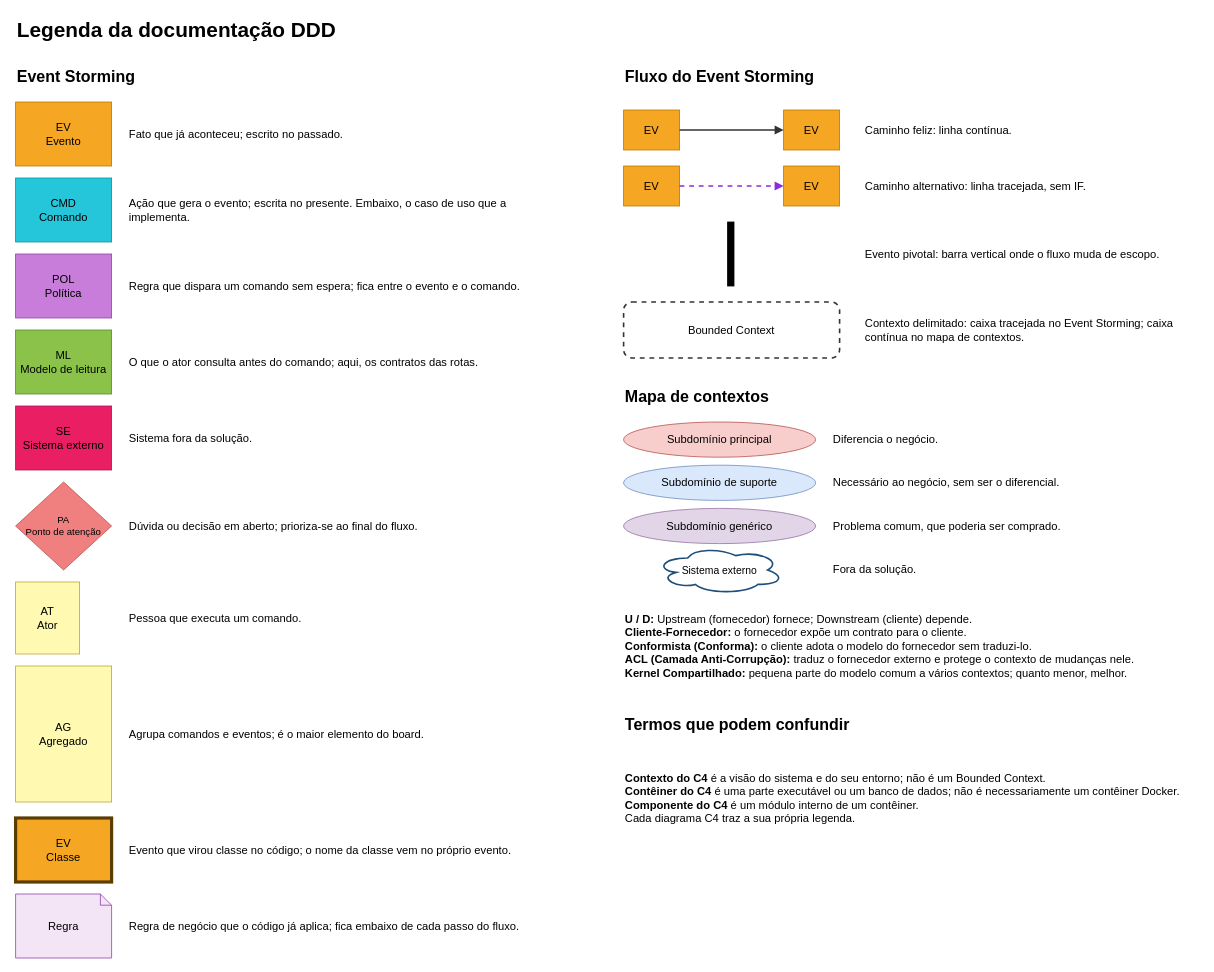
The draw.io diagram page "Legenda" (2 of 11) of docs/ddd/workshop-ddd.drawio in ArkTech-LVW/workshop-service, before the edit. Source tidied: cells renumbered, new cells numbered last; positions are measured from the earlier drawing's top-left corner, leaving out a move shared by most shapes. Both pictures are drawn from the tidied source at 80%, with x=0, y=0 at pixel (15, 14).
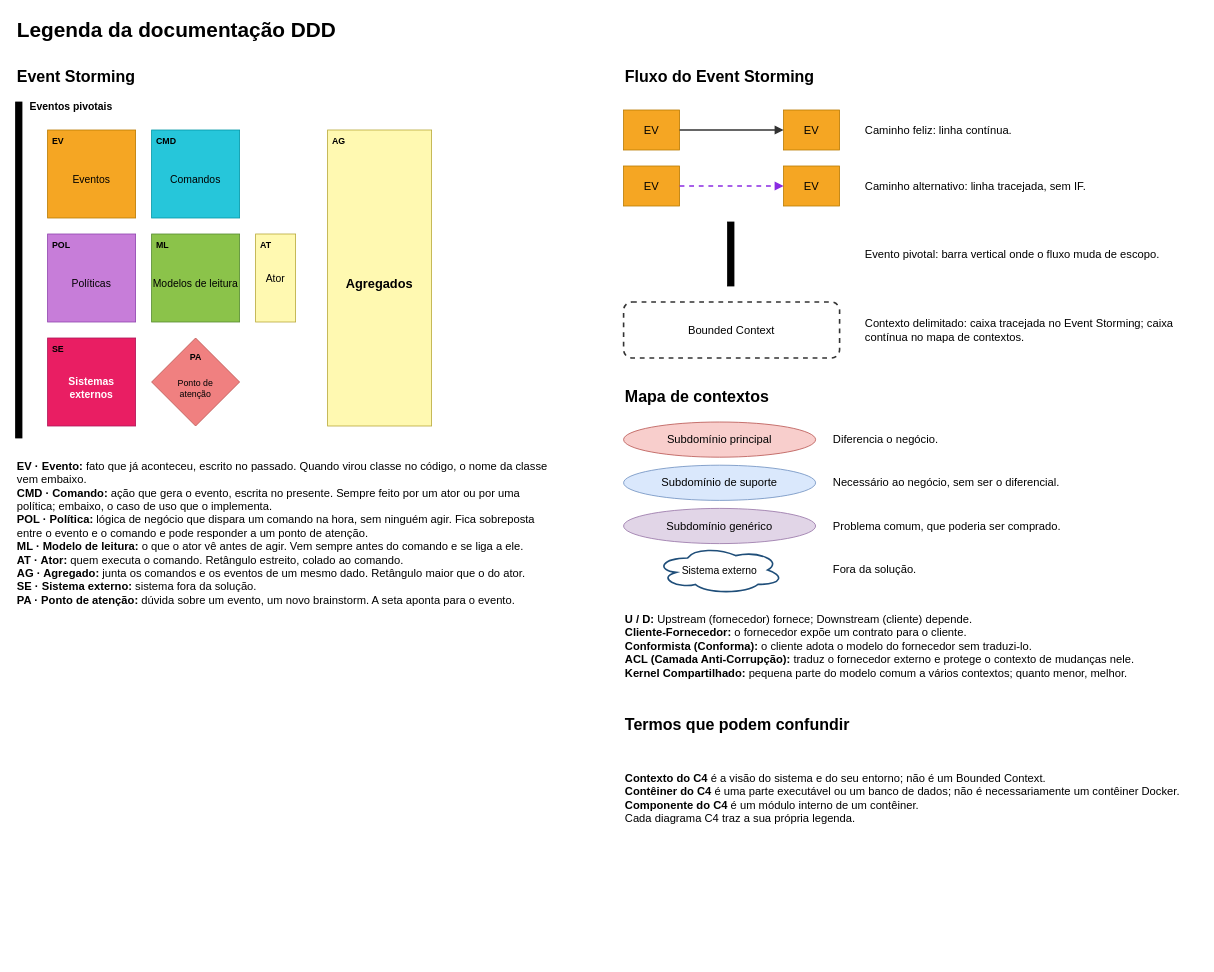
The same page after the edit.

Change to the diagram source:
```diff
@@
-    <mxCell id="4" value="EV&lt;br&gt;Evento" style="rounded=0;whiteSpace=wrap;html=1;fontSize=14;verticalAlign=middle;fillColor=#f5a623;strokeColor=#b97a00;" parent="1" vertex="1">
-      <mxGeometry y="110" width="120" height="80" as="geometry" />
-    </mxCell>
-    <mxCell id="5" value="Fato que já aconteceu; escrito no passado." style="text;html=1;whiteSpace=wrap;strokeColor=none;fillColor=none;align=left;verticalAlign=middle;fontSize=14;fontStyle=0;" parent="1" vertex="1">
-      <mxGeometry x="140" y="110" width="520" height="80" as="geometry" />
-    </mxCell>
-    <mxCell id="6" value="CMD&lt;br&gt;Comando" style="rounded=0;whiteSpace=wrap;html=1;fontSize=14;verticalAlign=middle;fillColor=#26c6da;strokeColor=#0097a7;" parent="1" vertex="1">
-      <mxGeometry y="205" width="120" height="80" as="geometry" />
-    </mxCell>
-    <mxCell id="7" value="Ação que gera o evento; escrita no presente. Embaixo, o caso de uso que a implementa." style="text;html=1;whiteSpace=wrap;strokeColor=none;fillColor=none;align=left;verticalAlign=middle;fontSize=14;fontStyle=0;" parent="1" vertex="1">
-      <mxGeometry x="140" y="205" width="520" height="80" as="geometry" />
-    </mxCell>
-    <mxCell id="8" value="POL&lt;br&gt;Política" style="rounded=0;whiteSpace=wrap;html=1;fontSize=14;verticalAlign=middle;fillColor=#c77dd9;strokeColor=#8e44ad;" parent="1" vertex="1">
-      <mxGeometry y="300" width="120" height="80" as="geometry" />
-    </mxCell>
-    <mxCell id="9" value="Regra que dispara um comando sem espera; fica entre o evento e o comando." style="text;html=1;whiteSpace=wrap;strokeColor=none;fillColor=none;align=left;verticalAlign=middle;fontSize=14;fontStyle=0;" parent="1" vertex="1">
-      <mxGeometry x="140" y="300" width="520" height="80" as="geometry" />
-    </mxCell>
-    <mxCell id="10" value="ML&lt;br&gt;Modelo de leitura" style="rounded=0;whiteSpace=wrap;html=1;fontSize=14;verticalAlign=middle;fillColor=#8bc34a;strokeColor=#558b2f;" parent="1" vertex="1">
-      <mxGeometry y="395" width="120" height="80" as="geometry" />
-    </mxCell>
-    <mxCell id="11" value="O que o ator consulta antes do comando; aqui, os contratos das rotas." style="text;html=1;whiteSpace=wrap;strokeColor=none;fillColor=none;align=left;verticalAlign=middle;fontSize=14;fontStyle=0;" parent="1" vertex="1">
-      <mxGeometry x="140" y="395" width="520" height="80" as="geometry" />
-    </mxCell>
-    <mxCell id="12" value="SE&lt;br&gt;Sistema externo" style="rounded=0;whiteSpace=wrap;html=1;fontSize=14;verticalAlign=middle;fillColor=#e91e63;strokeColor=#ad1457;" parent="1" vertex="1">
-      <mxGeometry y="490" width="120" height="80" as="geometry" />
-    </mxCell>
-    <mxCell id="13" value="Sistema fora da solução." style="text;html=1;whiteSpace=wrap;strokeColor=none;fillColor=none;align=left;verticalAlign=middle;fontSize=14;fontStyle=0;" parent="1" vertex="1">
-      <mxGeometry x="140" y="490" width="520" height="80" as="geometry" />
-    </mxCell>
-    <mxCell id="14" value="PA&lt;br&gt;Ponto de atenção" style="rhombus;whiteSpace=wrap;html=1;fontSize=12;fillColor=#f08080;strokeColor=#b85450;" parent="1" vertex="1">
-      <mxGeometry y="585" width="120" height="110" as="geometry" />
-    </mxCell>
-    <mxCell id="15" value="Dúvida ou decisão em aberto; prioriza-se ao final do fluxo." style="text;html=1;whiteSpace=wrap;strokeColor=none;fillColor=none;align=left;verticalAlign=middle;fontSize=14;fontStyle=0;" parent="1" vertex="1">
-      <mxGeometry x="140" y="600" width="520" height="80" as="geometry" />
-    </mxCell>
-    <mxCell id="16" value="AT&lt;br&gt;Ator" style="rounded=0;whiteSpace=wrap;html=1;fontSize=14;verticalAlign=middle;fillColor=#fff9b1;strokeColor=#b8a93a;" parent="1" vertex="1">
-      <mxGeometry y="710" width="80" height="90" as="geometry" />
-    </mxCell>
-    <mxCell id="17" value="Pessoa que executa um comando." style="text;html=1;whiteSpace=wrap;strokeColor=none;fillColor=none;align=left;verticalAlign=middle;fontSize=14;fontStyle=0;" parent="1" vertex="1">
-      <mxGeometry x="140" y="715" width="520" height="80" as="geometry" />
-    </mxCell>
-    <mxCell id="18" value="AG&lt;br&gt;Agregado" style="rounded=0;whiteSpace=wrap;html=1;fontSize=14;verticalAlign=middle;fillColor=#fff9b1;strokeColor=#b8a93a;" parent="1" vertex="1">
-      <mxGeometry y="815" width="120" height="170" as="geometry" />
-    </mxCell>
-    <mxCell id="19" value="Agrupa comandos e eventos; é o maior elemento do board." style="text;html=1;whiteSpace=wrap;strokeColor=none;fillColor=none;align=left;verticalAlign=middle;fontSize=14;fontStyle=0;" parent="1" vertex="1">
-      <mxGeometry x="140" y="860" width="520" height="80" as="geometry" />
-    </mxCell>
+    <mxCell id="49" style="rounded=0;whiteSpace=wrap;html=1;fillColor=#000000;strokeColor=#000000;" parent="1" vertex="1">
+      <mxGeometry y="110" width="8" height="420" as="geometry" />
+    </mxCell>
+    <mxCell id="50" value="Eventos pivotais" style="text;html=1;whiteSpace=wrap;strokeColor=none;fillColor=none;align=left;verticalAlign=middle;fontSize=13;fontStyle=1;" parent="1" vertex="1">
+      <mxGeometry x="16" y="104" width="200" height="24" as="geometry" />
+    </mxCell>
+    <mxCell id="51" value="Eventos" style="rounded=0;whiteSpace=wrap;html=1;verticalAlign=middle;fontSize=13;spacingTop=14;fillColor=#f5a623;strokeColor=#b97a00;" parent="1" vertex="1">
+      <mxGeometry x="40" y="145" width="110" height="110" as="geometry" />
+    </mxCell>
+    <mxCell id="52" value="EV" style="text;html=1;strokeColor=none;fillColor=none;align=left;verticalAlign=top;fontSize=11;fontStyle=1;spacingLeft=4;spacingTop=1;" parent="51" vertex="1">
+      <mxGeometry width="44" height="18" as="geometry" />
+    </mxCell>
+    <mxCell id="53" value="Comandos" style="rounded=0;whiteSpace=wrap;html=1;verticalAlign=middle;fontSize=13;spacingTop=14;fillColor=#26c6da;strokeColor=#0097a7;" parent="1" vertex="1">
+      <mxGeometry x="170" y="145" width="110" height="110" as="geometry" />
+    </mxCell>
+    <mxCell id="54" value="CMD" style="text;html=1;strokeColor=none;fillColor=none;align=left;verticalAlign=top;fontSize=11;fontStyle=1;spacingLeft=4;spacingTop=1;" parent="53" vertex="1">
+      <mxGeometry width="44" height="18" as="geometry" />
+    </mxCell>
+    <mxCell id="55" value="Políticas" style="rounded=0;whiteSpace=wrap;html=1;verticalAlign=middle;fontSize=13;spacingTop=14;fillColor=#c77dd9;strokeColor=#8e44ad;" parent="1" vertex="1">
+      <mxGeometry x="40" y="275" width="110" height="110" as="geometry" />
+    </mxCell>
+    <mxCell id="56" value="POL" style="text;html=1;strokeColor=none;fillColor=none;align=left;verticalAlign=top;fontSize=11;fontStyle=1;spacingLeft=4;spacingTop=1;" parent="55" vertex="1">
+      <mxGeometry width="44" height="18" as="geometry" />
+    </mxCell>
+    <mxCell id="57" value="Modelos de leitura" style="rounded=0;whiteSpace=wrap;html=1;verticalAlign=middle;fontSize=13;spacingTop=14;fillColor=#8bc34a;strokeColor=#558b2f;" parent="1" vertex="1">
+      <mxGeometry x="170" y="275" width="110" height="110" as="geometry" />
+    </mxCell>
+    <mxCell id="58" value="ML" style="text;html=1;strokeColor=none;fillColor=none;align=left;verticalAlign=top;fontSize=11;fontStyle=1;spacingLeft=4;spacingTop=1;" parent="57" vertex="1">
+      <mxGeometry width="44" height="18" as="geometry" />
+    </mxCell>
+    <mxCell id="59" value="Ator" style="rounded=0;whiteSpace=wrap;html=1;verticalAlign=middle;fontSize=11;horizontal=0;spacingRight=0;spacingLeft=0;spacingBottom=0;spacingTop=0;fillColor=#fff9b1;strokeColor=#b8a93a;horizontal=1;fontSize=13;" parent="1" vertex="1">
+      <mxGeometry x="300" y="275" width="50" height="110" as="geometry" />
+    </mxCell>
+    <mxCell id="60" value="AT" style="text;html=1;strokeColor=none;fillColor=none;align=left;verticalAlign=top;fontSize=11;fontStyle=1;spacingLeft=4;spacingTop=1;" parent="59" vertex="1">
+      <mxGeometry width="44" height="18" as="geometry" />
+    </mxCell>
+    <mxCell id="61" value="Sistemas externos" style="rounded=0;whiteSpace=wrap;html=1;verticalAlign=middle;fontSize=13;spacingTop=14;fillColor=#e91e63;strokeColor=#ad1457;fontColor=#ffffff;fontStyle=1;" parent="1" vertex="1">
+      <mxGeometry x="40" y="405" width="110" height="110" as="geometry" />
+    </mxCell>
+    <mxCell id="62" value="SE" style="text;html=1;strokeColor=none;fillColor=none;align=left;verticalAlign=top;fontSize=11;fontStyle=1;spacingLeft=4;spacingTop=1;" parent="61" vertex="1">
+      <mxGeometry width="44" height="18" as="geometry" />
+    </mxCell>
+    <mxCell id="63" value="Ponto de atenção" style="rhombus;whiteSpace=wrap;html=1;verticalAlign=middle;fontSize=11;spacingLeft=14;spacingRight=14;spacingTop=16;fillColor=#f08080;strokeColor=#b85450;" parent="1" vertex="1">
+      <mxGeometry x="170" y="405" width="110" height="110" as="geometry" />
+    </mxCell>
+    <mxCell id="64" value="PA" style="text;html=1;strokeColor=none;fillColor=none;align=center;verticalAlign=top;fontSize=11;fontStyle=1;spacingLeft=0;spacingTop=1;" parent="63" vertex="1">
+      <mxGeometry x="35" y="10" width="40" height="18" as="geometry" />
+    </mxCell>
+    <mxCell id="65" value="Agregados" style="rounded=0;whiteSpace=wrap;html=1;verticalAlign=middle;fontSize=16;fontStyle=1;spacingTop=14;fillColor=#fff9b1;strokeColor=#b8a93a;" parent="1" vertex="1">
+      <mxGeometry x="390" y="145" width="130" height="370" as="geometry" />
+    </mxCell>
+    <mxCell id="66" value="AG" style="text;html=1;strokeColor=none;fillColor=none;align=left;verticalAlign=top;fontSize=11;fontStyle=1;spacingLeft=4;spacingTop=1;" parent="65" vertex="1">
+      <mxGeometry width="44" height="18" as="geometry" />
+    </mxCell>
+    <mxCell id="67" value="&lt;b&gt;EV · Evento:&lt;/b&gt; fato que já aconteceu, escrito no passado. Quando virou classe no código, o nome da classe vem embaixo.&lt;br&gt;&lt;b&gt;CMD · Comando:&lt;/b&gt; ação que gera o evento, escrita no presente. Sempre feito por um ator ou por uma política; embaixo, o caso de uso que o implementa.&lt;br&gt;&lt;b&gt;POL · Política:&lt;/b&gt; lógica de negócio que dispara um comando na hora, sem ninguém agir. Fica sobreposta entre o evento e o comando e pode responder a um ponto de atenção.&lt;br&gt;&lt;b&gt;ML · Modelo de leitura:&lt;/b&gt; o que o ator vê antes de agir. Vem sempre antes do comando e se liga a ele.&lt;br&gt;&lt;b&gt;AT · Ator:&lt;/b&gt; quem executa o comando. Retângulo estreito, colado ao comando.&lt;br&gt;&lt;b&gt;AG · Agregado:&lt;/b&gt; junta os comandos e os eventos de um mesmo dado. Retângulo maior que o do ator.&lt;br&gt;&lt;b&gt;SE · Sistema externo:&lt;/b&gt; sistema fora da solução.&lt;br&gt;&lt;b&gt;PA · Ponto de atenção:&lt;/b&gt; dúvida sobre um evento, um novo brainstorm. A seta aponta para o evento." style="text;html=1;whiteSpace=wrap;strokeColor=none;fillColor=none;align=left;verticalAlign=middle;fontSize=14;verticalAlign=top;" parent="1" vertex="1">
+      <mxGeometry y="550" width="680" height="440" as="geometry" />
+    </mxCell>
@@
-    <mxCell id="45" value="EV&lt;br&gt;Classe" style="rounded=0;whiteSpace=wrap;html=1;fontSize=14;verticalAlign=middle;fillColor=#f5a623;strokeColor=#5c3d00;strokeWidth=4;" parent="1" vertex="1">
-      <mxGeometry y="1005" width="120" height="80" as="geometry" />
-    </mxCell>
-    <mxCell id="46" value="Evento que virou classe no código; o nome da classe vem no próprio evento." style="text;html=1;whiteSpace=wrap;strokeColor=none;fillColor=none;align=left;verticalAlign=middle;fontSize=14;fontStyle=0;" parent="1" vertex="1">
-      <mxGeometry x="140" y="1005" width="520" height="80" as="geometry" />
-    </mxCell>
-    <mxCell id="47" value="Regra" style="shape=note;size=14;whiteSpace=wrap;html=1;fillColor=#f3e5f5;strokeColor=#8e44ad;fontSize=14;verticalAlign=middle;" parent="1" vertex="1">
-      <mxGeometry y="1100" width="120" height="80" as="geometry" />
-    </mxCell>
-    <mxCell id="48" value="Regra de negócio que o código já aplica; fica embaixo de cada passo do fluxo." style="text;html=1;whiteSpace=wrap;strokeColor=none;fillColor=none;align=left;verticalAlign=middle;fontSize=14;fontStyle=0;" parent="1" vertex="1">
-      <mxGeometry x="140" y="1100" width="520" height="80" as="geometry" />
-    </mxCell>
```
